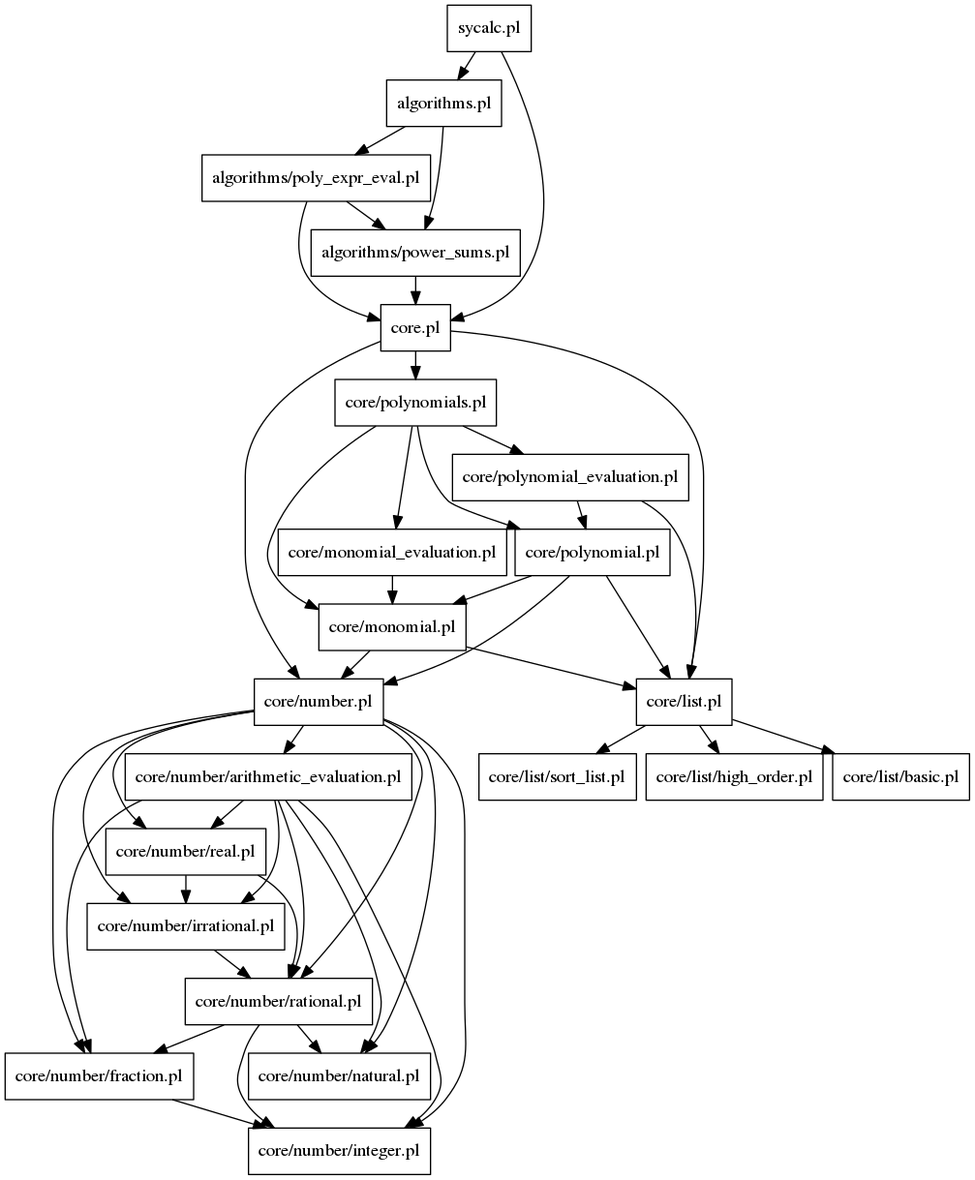
Above: docs/sycalc.png in lluisalemanypuig/sycalc (Graphviz), before the change. Its source is kept beside it as docs/.cache/sycalc.dot. Source of this version:
```dot
digraph file_graph {
node [shape=rectangle]
nodesep = 0.1
ranksep = 0.3
"core/polynomial_evaluation.pl" -> "core/list.pl"
"core/polynomial_evaluation.pl" -> "core/polynomial.pl"
"core/number/irrational.pl" -> "core/number/rational.pl"
"core/list.pl" -> "core/list/sort_list.pl"
"core/list.pl" -> "core/list/high_order.pl"
"core/list.pl" -> "core/list/basic.pl"
"algorithms.pl" -> "algorithms/poly_expr_eval.pl"
"algorithms.pl" -> "algorithms/power_sums.pl"
"core/number/real.pl" -> "core/number/irrational.pl"
"core/number/real.pl" -> "core/number/rational.pl"
"core/number/fraction.pl" -> "core/number/integer.pl"
"core/monomial.pl" -> "core/number.pl"
"core/monomial.pl" -> "core/list.pl"
"core/number/rational.pl" -> "core/number/integer.pl"
"core/number/rational.pl" -> "core/number/natural.pl"
"core/number/rational.pl" -> "core/number/fraction.pl"
"algorithms/power_sums.pl" -> "core.pl"
"algorithms/poly_expr_eval.pl" -> "core.pl"
"algorithms/poly_expr_eval.pl" -> "algorithms/power_sums.pl"
"core/number.pl" -> "core/number/integer.pl"
"core/number.pl" -> "core/number/natural.pl"
"core/number.pl" -> "core/number/fraction.pl"
"core/number.pl" -> "core/number/irrational.pl"
"core/number.pl" -> "core/number/arithmetic_evaluation.pl"
"core/number.pl" -> "core/number/real.pl"
"core/number.pl" -> "core/number/rational.pl"
"sycalc.pl" -> "core.pl"
"sycalc.pl" -> "algorithms.pl"
"core/monomial_evaluation.pl" -> "core/monomial.pl"
"core/polynomials.pl" -> "core/polynomial_evaluation.pl"
"core/polynomials.pl" -> "core/monomial.pl"
"core/polynomials.pl" -> "core/polynomial.pl"
"core/polynomials.pl" -> "core/monomial_evaluation.pl"
"core.pl" -> "core/polynomials.pl"
"core.pl" -> "core/number.pl"
"core.pl" -> "core/list.pl"
"core/polynomial.pl" -> "core/monomial.pl"
"core/polynomial.pl" -> "core/number.pl"
"core/polynomial.pl" -> "core/list.pl"
"core/number/arithmetic_evaluation.pl" -> "core/number/integer.pl"
"core/number/arithmetic_evaluation.pl" -> "core/number/natural.pl"
"core/number/arithmetic_evaluation.pl" -> "core/number/fraction.pl"
"core/number/arithmetic_evaluation.pl" -> "core/number/irrational.pl"
"core/number/arithmetic_evaluation.pl" -> "core/number/real.pl"
"core/number/arithmetic_evaluation.pl" -> "core/number/rational.pl"
}
```
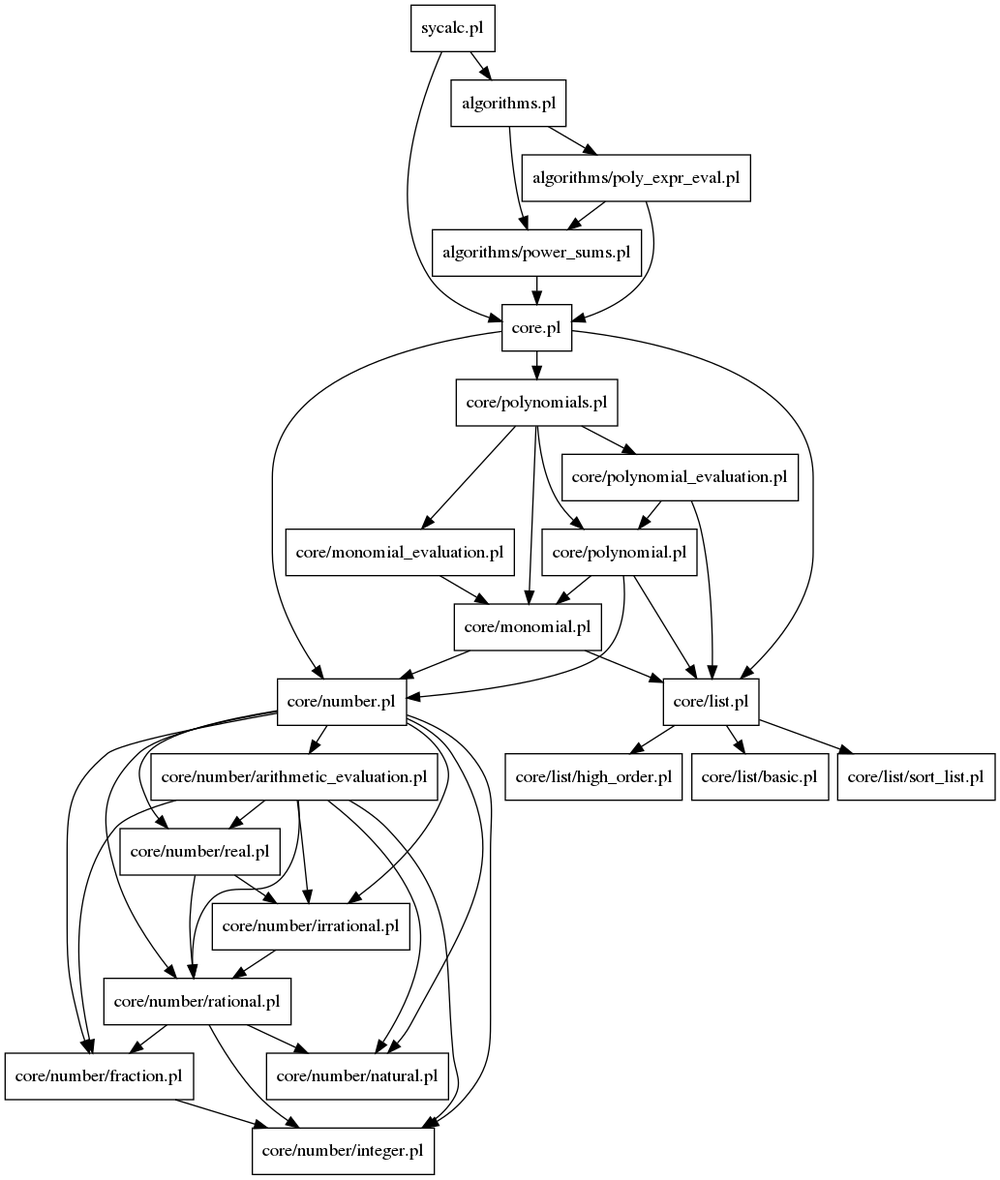
Later version of the same file.

Change to the diagram source:
```diff
@@ -2,49 +2,49 @@
 node [shape=rectangle]
 nodesep = 0.1
 ranksep = 0.3
-"core/polynomial_evaluation.pl" -> "core/list.pl"
-"core/polynomial_evaluation.pl" -> "core/polynomial.pl"
-"core/number/irrational.pl" -> "core/number/rational.pl"
+"sycalc.pl" -> "algorithms.pl"
+"sycalc.pl" -> "core.pl"
+"core.pl" -> "core/number.pl"
+"core.pl" -> "core/list.pl"
+"core.pl" -> "core/polynomials.pl"
+"algorithms.pl" -> "algorithms/power_sums.pl"
+"algorithms.pl" -> "algorithms/poly_expr_eval.pl"
+"core/number.pl" -> "core/number/natural.pl"
+"core/number.pl" -> "core/number/rational.pl"
+"core/number.pl" -> "core/number/real.pl"
+"core/number.pl" -> "core/number/fraction.pl"
+"core/number.pl" -> "core/number/integer.pl"
+"core/number.pl" -> "core/number/irrational.pl"
+"core/number.pl" -> "core/number/arithmetic_evaluation.pl"
+"core/list.pl" -> "core/list/basic.pl"
 "core/list.pl" -> "core/list/sort_list.pl"
 "core/list.pl" -> "core/list/high_order.pl"
-"core/list.pl" -> "core/list/basic.pl"
-"algorithms.pl" -> "algorithms/poly_expr_eval.pl"
-"algorithms.pl" -> "algorithms/power_sums.pl"
-"core/number/real.pl" -> "core/number/irrational.pl"
-"core/number/real.pl" -> "core/number/rational.pl"
-"core/number/fraction.pl" -> "core/number/integer.pl"
-"core/monomial.pl" -> "core/number.pl"
-"core/monomial.pl" -> "core/list.pl"
-"core/number/rational.pl" -> "core/number/integer.pl"
-"core/number/rational.pl" -> "core/number/natural.pl"
-"core/number/rational.pl" -> "core/number/fraction.pl"
+"core/polynomials.pl" -> "core/polynomial_evaluation.pl"
+"core/polynomials.pl" -> "core/polynomial.pl"
+"core/polynomials.pl" -> "core/monomial_evaluation.pl"
+"core/polynomials.pl" -> "core/monomial.pl"
 "algorithms/power_sums.pl" -> "core.pl"
 "algorithms/poly_expr_eval.pl" -> "core.pl"
 "algorithms/poly_expr_eval.pl" -> "algorithms/power_sums.pl"
-"core/number.pl" -> "core/number/integer.pl"
-"core/number.pl" -> "core/number/natural.pl"
-"core/number.pl" -> "core/number/fraction.pl"
-"core/number.pl" -> "core/number/irrational.pl"
-"core/number.pl" -> "core/number/arithmetic_evaluation.pl"
-"core/number.pl" -> "core/number/real.pl"
-"core/number.pl" -> "core/number/rational.pl"
-"sycalc.pl" -> "core.pl"
-"sycalc.pl" -> "algorithms.pl"
+"core/number/fraction.pl" -> "core/number/integer.pl"
+"core/number/rational.pl" -> "core/number/natural.pl"
+"core/number/rational.pl" -> "core/number/fraction.pl"
+"core/number/rational.pl" -> "core/number/integer.pl"
+"core/number/irrational.pl" -> "core/number/rational.pl"
+"core/number/real.pl" -> "core/number/rational.pl"
+"core/number/real.pl" -> "core/number/irrational.pl"
+"core/number/arithmetic_evaluation.pl" -> "core/number/natural.pl"
+"core/number/arithmetic_evaluation.pl" -> "core/number/rational.pl"
+"core/number/arithmetic_evaluation.pl" -> "core/number/real.pl"
+"core/number/arithmetic_evaluation.pl" -> "core/number/fraction.pl"
+"core/number/arithmetic_evaluation.pl" -> "core/number/integer.pl"
+"core/number/arithmetic_evaluation.pl" -> "core/number/irrational.pl"
+"core/monomial.pl" -> "core/number.pl"
+"core/monomial.pl" -> "core/list.pl"
 "core/monomial_evaluation.pl" -> "core/monomial.pl"
-"core/polynomials.pl" -> "core/polynomial_evaluation.pl"
-"core/polynomials.pl" -> "core/monomial.pl"
-"core/polynomials.pl" -> "core/polynomial.pl"
-"core/polynomials.pl" -> "core/monomial_evaluation.pl"
-"core.pl" -> "core/polynomials.pl"
-"core.pl" -> "core/number.pl"
-"core.pl" -> "core/list.pl"
-"core/polynomial.pl" -> "core/monomial.pl"
 "core/polynomial.pl" -> "core/number.pl"
 "core/polynomial.pl" -> "core/list.pl"
-"core/number/arithmetic_evaluation.pl" -> "core/number/integer.pl"
-"core/number/arithmetic_evaluation.pl" -> "core/number/natural.pl"
-"core/number/arithmetic_evaluation.pl" -> "core/number/fraction.pl"
-"core/number/arithmetic_evaluation.pl" -> "core/number/irrational.pl"
-"core/number/arithmetic_evaluation.pl" -> "core/number/real.pl"
-"core/number/arithmetic_evaluation.pl" -> "core/number/rational.pl"
+"core/polynomial.pl" -> "core/monomial.pl"
+"core/polynomial_evaluation.pl" -> "core/list.pl"
+"core/polynomial_evaluation.pl" -> "core/polynomial.pl"
 }
```
